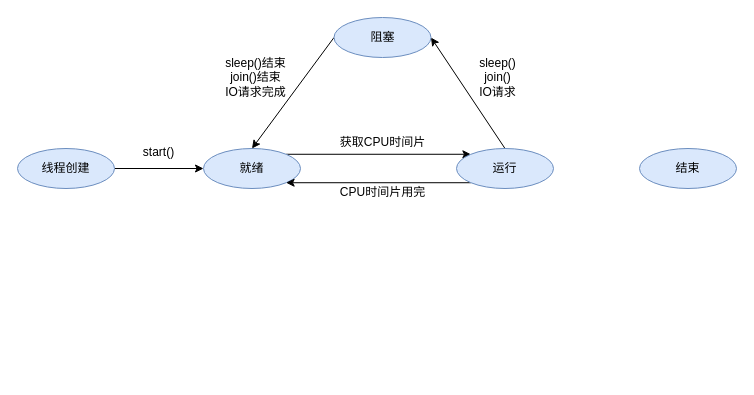
Above: thread.drawio in 200928/image (draw.io), before the change. Source tidied: cells renumbered, new cells numbered last; positions are measured from the earlier drawing's top-left corner, leaving out a move shared by most shapes. Both pictures are drawn from the tidied source at 100%, with x=0, y=0 at pixel (17, 17).
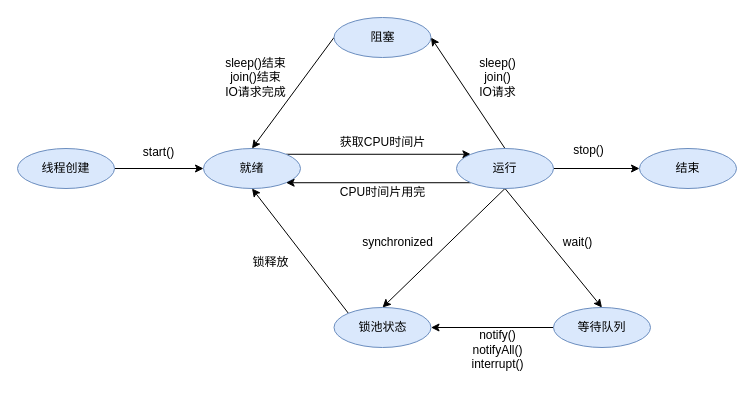
The same page after the edit.

The change refers to these unchanged cells:
```xml
<mxCell id="5" value="就绪" style="ellipse;whiteSpace=wrap;html=1;fillColor=#dae8fc;strokeColor=#6c8ebf;" parent="1" vertex="1">
  <mxGeometry x="186" y="131" width="97" height="40" as="geometry" />
</mxCell>
<mxCell id="8" value="运行" style="ellipse;whiteSpace=wrap;html=1;fillColor=#dae8fc;strokeColor=#6c8ebf;" parent="1" vertex="1">
  <mxGeometry x="439" y="131" width="97" height="40" as="geometry" />
</mxCell>
<mxCell id="11" value="结束" style="ellipse;whiteSpace=wrap;html=1;fillColor=#dae8fc;strokeColor=#6c8ebf;" parent="1" vertex="1">
  <mxGeometry x="622" y="131" width="97" height="40" as="geometry" />
</mxCell>
```

The edit, as a diff of the source:
```diff
@@
+    <mxCell id="17" style="rounded=0;jettySize=auto;html=1;exitX=0.5;exitY=1;exitDx=0;exitDy=0;entryX=0.5;entryY=0;entryDx=0;entryDy=0;" parent="1" edge="1" source="8" target="21">
+      <mxGeometry relative="1" as="geometry" />
+    </mxCell>
+    <mxCell id="18" style="rounded=0;jettySize=auto;html=1;exitX=0.5;exitY=1;exitDx=0;exitDy=0;entryX=0.5;entryY=0;entryDx=0;entryDy=0;" parent="1" edge="1" source="8" target="23">
+      <mxGeometry relative="1" as="geometry" />
+    </mxCell>
+    <mxCell id="19" style="edgeStyle=orthogonalEdgeStyle;rounded=0;jettySize=auto;html=1;exitX=1;exitY=0.5;exitDx=0;exitDy=0;entryX=0;entryY=0.5;entryDx=0;entryDy=0;" parent="1" edge="1" source="8" target="11">
+      <mxGeometry relative="1" as="geometry" />
+    </mxCell>
@@
+    <mxCell id="20" style="edgeStyle=orthogonalEdgeStyle;rounded=0;jettySize=auto;html=1;exitX=0;exitY=0.5;exitDx=0;exitDy=0;entryX=1;entryY=0.5;entryDx=0;entryDy=0;" parent="1" edge="1" source="21" target="23">
+      <mxGeometry relative="1" as="geometry" />
+    </mxCell>
+    <mxCell id="21" value="等待队列" style="ellipse;whiteSpace=wrap;html=1;fillColor=#dae8fc;strokeColor=#6c8ebf;" parent="1" vertex="1">
+      <mxGeometry x="536" y="290" width="97" height="40" as="geometry" />
+    </mxCell>
+    <mxCell id="22" style="rounded=0;jettySize=auto;html=1;exitX=0;exitY=0;exitDx=0;exitDy=0;entryX=0.5;entryY=1;entryDx=0;entryDy=0;" parent="1" edge="1" source="23" target="5">
+      <mxGeometry relative="1" as="geometry" />
+    </mxCell>
+    <mxCell id="23" value="锁池状态" style="ellipse;whiteSpace=wrap;html=1;fillColor=#dae8fc;strokeColor=#6c8ebf;" parent="1" vertex="1">
+      <mxGeometry x="316.5" y="290" width="97" height="40" as="geometry" />
+    </mxCell>
+    <mxCell id="24" value="wait()" style="text;html=1;align=center;verticalAlign=middle;strokeColor=none;fillColor=none;" parent="1" vertex="1">
+      <mxGeometry x="530" y="210" width="60" height="30" as="geometry" />
+    </mxCell>
+    <mxCell id="25" value="synchronized" style="text;html=1;align=center;verticalAlign=middle;strokeColor=none;fillColor=none;" parent="1" vertex="1">
+      <mxGeometry x="330" y="210" width="100" height="30" as="geometry" />
+    </mxCell>
+    <mxCell id="26" value="&lt;div&gt;&lt;br&gt;&lt;/div&gt;&lt;div&gt;notify()&lt;/div&gt;&lt;div&gt;notifyAll()&lt;/div&gt;interrupt()" style="text;html=1;align=center;verticalAlign=middle;strokeColor=none;fillColor=none;" parent="1" vertex="1">
+      <mxGeometry x="440" y="290" width="80" height="70" as="geometry" />
+    </mxCell>
+    <mxCell id="27" value="锁释放" style="text;html=1;align=center;verticalAlign=middle;strokeColor=none;fillColor=none;" parent="1" vertex="1">
+      <mxGeometry x="223" y="230" width="60" height="30" as="geometry" />
+    </mxCell>
+    <mxCell id="28" value="stop()" style="text;html=1;align=center;verticalAlign=middle;strokeColor=none;fillColor=none;" parent="1" vertex="1">
+      <mxGeometry x="541" y="118" width="60" height="30" as="geometry" />
+    </mxCell>
```
